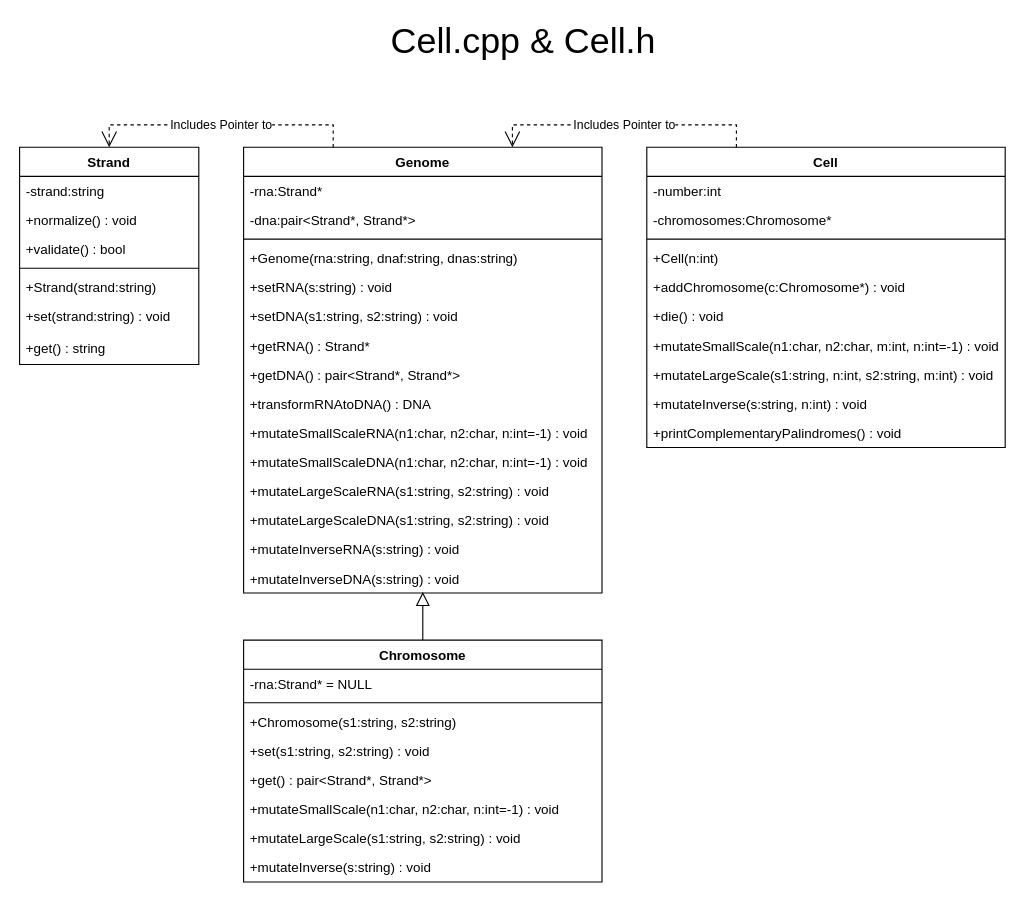
k-forghani/class-of-life keeps this draw.io diagram as architecture/programs/Cell.drawio. Above is the earlier version. Source tidied: cells renumbered, new cells numbered last; positions are measured from the earlier drawing's top-left corner, leaving out a move shared by most shapes. Both pictures are drawn from the tidied source at 112%, with x=0, y=0 at pixel (19, 24).
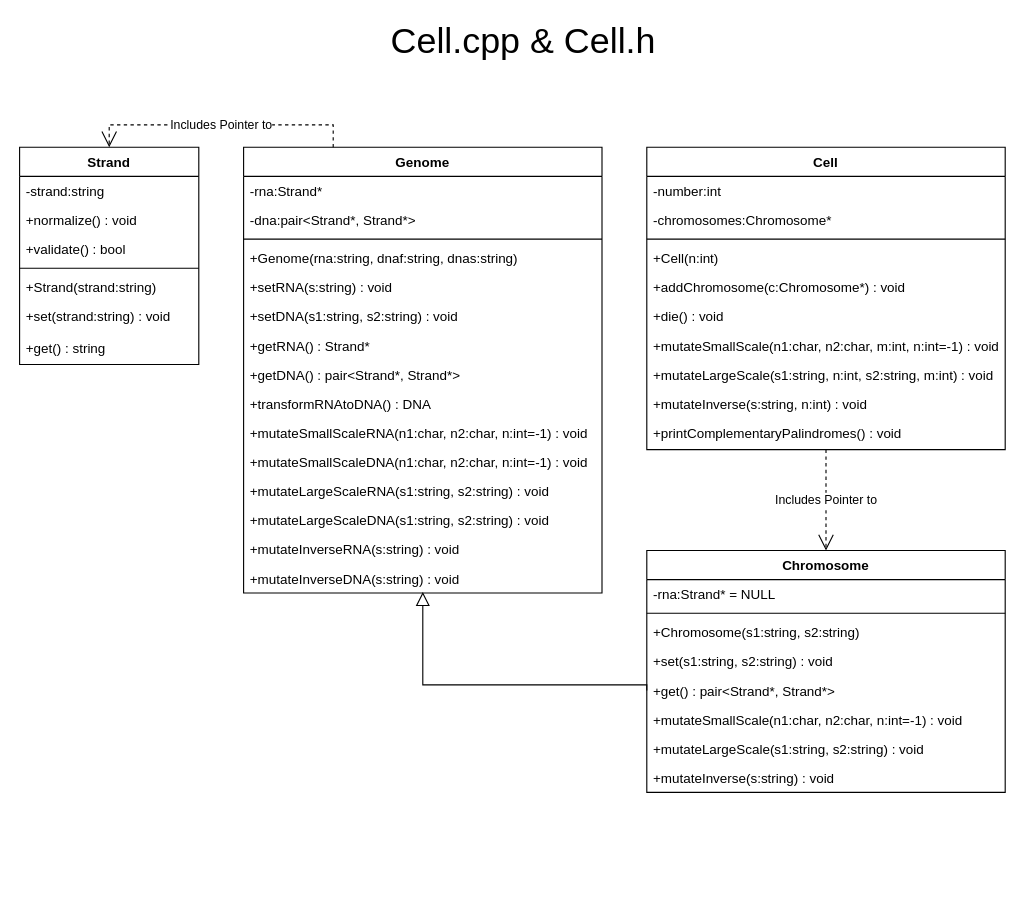
Above is the later version.

Commit message (it also covers changes not shown here):
Fixed the architecture of Cell program

Unchanged cells that the change refers to:
```xml
<mxCell id="2" value="Genome" style="swimlane;fontStyle=1;align=center;verticalAlign=top;horizontal=1;startSize=26;rounded=0;shadow=0;strokeWidth=1;" parent="1" vertex="1">
  <mxGeometry x="200" y="110" width="320" height="398" as="geometry" />
</mxCell>
<mxCell id="17" value="+mutateInverseDNA(s:string) : void" style="text;align=left;verticalAlign=top;spacingLeft=4;spacingRight=4;overflow=hidden;points=[[0,0.5],[1,0.5]];portConstraint=eastwest;" parent="2" vertex="1">
  <mxGeometry y="372" width="320" height="26" as="geometry" />
</mxCell>
<mxCell id="23" value="+get() : pair&lt;Strand*, Strand*&gt;" style="text;align=left;verticalAlign=top;spacingLeft=4;spacingRight=4;overflow=hidden;points=[[0,0.5],[1,0.5]];portConstraint=eastwest;" parent="18" vertex="1">
  <mxGeometry y="112" width="320" height="26" as="geometry" />
</mxCell>
```

Change to the diagram source:
```diff
@@
     <mxCell id="18" value="Chromosome" style="swimlane;fontStyle=1;align=center;verticalAlign=top;horizontal=1;startSize=26;rounded=0;shadow=0;strokeWidth=1;" parent="1" vertex="1">
-      <mxGeometry x="200" y="550" width="320" height="216" as="geometry" />
+      <mxGeometry x="560" y="470" width="320" height="216" as="geometry" />
     </mxCell>
@@
-    <mxCell id="27" style="endArrow=block;endSize=10;endFill=0;shadow=0;strokeWidth=1;rounded=0;edgeStyle=elbowEdgeStyle;elbow=vertical;entryX=0.5;entryY=0.962;entryDx=0;entryDy=0;entryPerimeter=0;" parent="1" edge="1" source="18" target="17">
+    <mxCell id="27" style="endArrow=block;endSize=10;endFill=0;shadow=0;strokeWidth=1;rounded=0;edgeStyle=elbowEdgeStyle;elbow=vertical;entryX=0.5;entryY=0.962;entryDx=0;entryDy=0;entryPerimeter=0;exitX=0;exitY=0.5;exitDx=0;exitDy=0;" parent="1" edge="1" source="23" target="17">
       <mxGeometry relative="1" as="geometry">
         <Array as="points">
-          <mxPoint x="348" y="730" />
+          <mxPoint x="440" y="590" />
+          <mxPoint x="440" y="580" />
         </Array>
       </mxGeometry>
     </mxCell>
@@
     <mxCell id="36" value="Cell" style="swimlane;fontStyle=1;align=center;verticalAlign=top;horizontal=1;startSize=26;rounded=0;shadow=0;strokeWidth=1;" parent="1" vertex="1">
-      <mxGeometry x="560" y="110" width="320" height="268" as="geometry" />
+      <mxGeometry x="560" y="110" width="320" height="270" as="geometry" />
     </mxCell>
@@
-    <mxCell id="48" value="Includes Pointer to" style="endArrow=open;endSize=12;dashed=1;html=1;rounded=0;exitX=0.25;exitY=0;exitDx=0;exitDy=0;entryX=0.75;entryY=0;entryDx=0;entryDy=0;" parent="1" edge="1" source="36" target="2">
+    <mxCell id="48" value="Includes Pointer to" style="endArrow=open;endSize=12;dashed=1;html=1;rounded=0;entryX=0.5;entryY=0;entryDx=0;entryDy=0;exitX=0.5;exitY=1;exitDx=0;exitDy=0;" parent="1" edge="1" source="36" target="18">
       <mxGeometry relative="1" as="geometry">
         <Array as="points">
-          <mxPoint x="640" y="90" />
-          <mxPoint x="440" y="90" />
+          <mxPoint x="720" y="440" />
         </Array>
       </mxGeometry>
     </mxCell>
```
